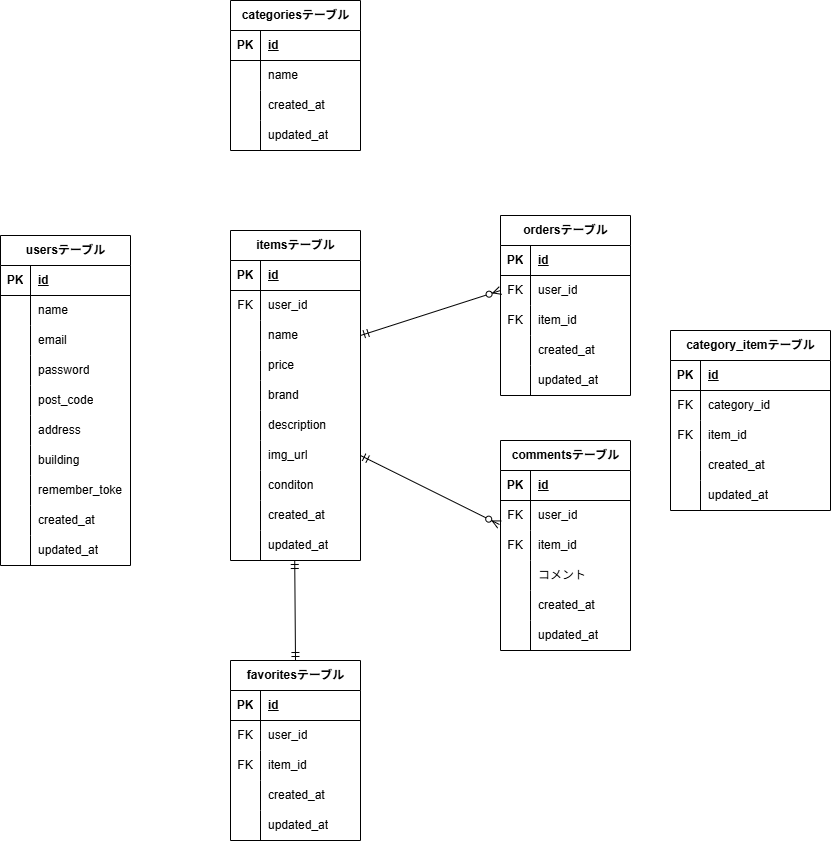
Earlier version of the draw.io export er.drawio.png (yutaka58/coachtech_flea-market). Source tidied: cells renumbered, new cells last; positions are measured from the earlier drawing's top-left corner, leaving out a move shared by most shapes.
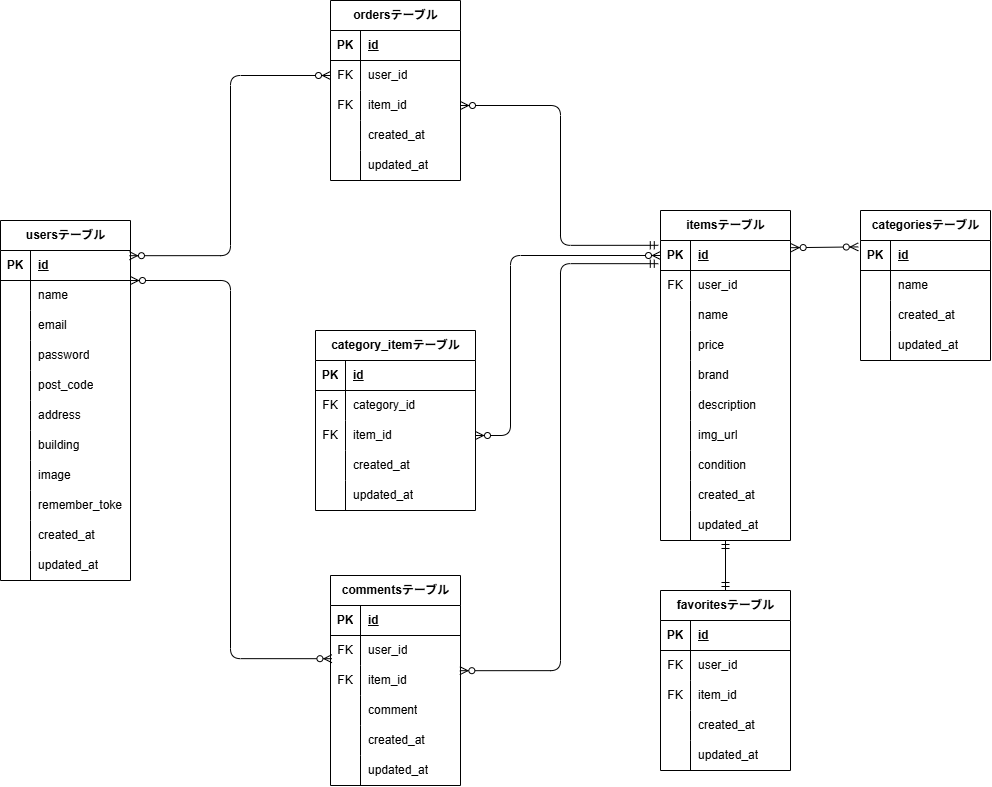
The same diagram one commit later.

The edit, as a diff of the source:
```diff
@@ -3,7 +3,7 @@
     <mxCell id="0" />
     <mxCell id="1" parent="0" />
     <mxCell id="2" value="itemsテーブル" style="shape=table;startSize=30;rowLines=0;fontStyle=1;align=center;html=1;" parent="1" vertex="1">
-      <mxGeometry x="230" y="230" width="130" height="330" as="geometry" />
+      <mxGeometry x="530" y="230" width="130" height="330" as="geometry" />
     </mxCell>
     <mxCell id="3" style="shape=tableRow;horizontal=0;startSize=0;swimlaneHead=0;swimlaneBody=0;fillColor=none;points=[[0,0.5],[1,0.5]];portConstraint=eastwest;top=0;left=0;right=0;bottom=1;" parent="2" vertex="1">
       <mxGeometry y="30" width="130" height="30" as="geometry" />
@@ -74,7 +74,7 @@
     <mxCell id="25" style="shape=partialRectangle;fillColor=none;top=0;left=0;bottom=0;right=0;overflow=hidden;whiteSpace=wrap;html=1;" parent="24" vertex="1">
       <mxGeometry width="30" height="30" as="geometry" />
     </mxCell>
-    <mxCell id="26" value="conditon" style="shape=partialRectangle;fillColor=none;top=0;left=0;bottom=0;right=0;align=left;spacingLeft=6;overflow=hidden;whiteSpace=wrap;html=1;" parent="24" vertex="1">
+    <mxCell id="26" value="condition" style="shape=partialRectangle;fillColor=none;top=0;left=0;bottom=0;right=0;align=left;spacingLeft=6;overflow=hidden;whiteSpace=wrap;html=1;" parent="24" vertex="1">
       <mxGeometry x="30" width="100" height="30" as="geometry" />
     </mxCell>
     <mxCell id="27" style="shape=tableRow;horizontal=0;startSize=0;swimlaneHead=0;swimlaneBody=0;fillColor=none;top=0;left=0;right=0;bottom=0;" parent="2" vertex="1">
@@ -96,7 +96,7 @@
       <mxGeometry x="30" width="100" height="30" as="geometry" />
     </mxCell>
     <mxCell id="33" value="ordersテーブル" style="shape=table;startSize=30;rowLines=0;fontStyle=1;align=center;html=1;" parent="1" vertex="1">
-      <mxGeometry x="500" y="215" width="130" height="180" as="geometry" />
+      <mxGeometry x="200" y="20" width="130" height="180" as="geometry" />
     </mxCell>
     <mxCell id="34" style="shape=tableRow;horizontal=0;startSize=0;swimlaneHead=0;swimlaneBody=0;fillColor=none;top=0;left=0;right=0;bottom=1;" parent="33" vertex="1">
       <mxGeometry y="30" width="130" height="30" as="geometry" />
@@ -144,7 +144,7 @@
       <mxGeometry x="30" width="100" height="30" as="geometry" />
     </mxCell>
     <mxCell id="49" value="category_itemテーブル" style="shape=table;startSize=30;rowLines=0;fontStyle=1;align=center;html=1;" parent="1" vertex="1">
-      <mxGeometry x="670" y="330" width="160" height="180" as="geometry" />
+      <mxGeometry x="185" y="350" width="160" height="180" as="geometry" />
     </mxCell>
     <mxCell id="50" style="shape=tableRow;horizontal=0;startSize=0;swimlaneHead=0;swimlaneBody=0;fillColor=none;top=0;left=0;right=0;bottom=1;" parent="49" vertex="1">
       <mxGeometry y="30" width="160" height="30" as="geometry" />
@@ -192,7 +192,7 @@
       <mxGeometry x="30" width="130" height="30" as="geometry" />
     </mxCell>
     <mxCell id="65" value="favoritesテーブル" style="shape=table;startSize=30;rowLines=0;fontStyle=1;align=center;html=1;" parent="1" vertex="1">
-      <mxGeometry x="230" y="660" width="130" height="180" as="geometry" />
+      <mxGeometry x="530" y="610" width="130" height="180" as="geometry" />
     </mxCell>
     <mxCell id="66" style="shape=tableRow;horizontal=0;startSize=0;swimlaneHead=0;swimlaneBody=0;fillColor=none;top=0;left=0;right=0;bottom=1;" parent="65" vertex="1">
       <mxGeometry y="30" width="130" height="30" as="geometry" />
@@ -240,7 +240,7 @@
       <mxGeometry x="30" width="100" height="30" as="geometry" />
     </mxCell>
     <mxCell id="81" value="commentsテーブル" style="shape=table;startSize=30;rowLines=0;fontStyle=1;align=center;html=1;" parent="1" vertex="1">
-      <mxGeometry x="500" y="440" width="130" height="210" as="geometry" />
+      <mxGeometry x="200" y="595" width="130" height="210" as="geometry" />
     </mxCell>
     <mxCell id="82" style="shape=tableRow;horizontal=0;startSize=0;swimlaneHead=0;swimlaneBody=0;fillColor=none;top=0;left=0;right=0;bottom=1;" parent="81" vertex="1">
       <mxGeometry y="30" width="130" height="30" as="geometry" />
@@ -275,7 +275,7 @@
     <mxCell id="92" style="shape=partialRectangle;fillColor=none;top=0;left=0;bottom=0;right=0;overflow=hidden;whiteSpace=wrap;html=1;" parent="91" vertex="1">
       <mxGeometry width="30" height="30" as="geometry" />
     </mxCell>
-    <mxCell id="93" value="コメント" style="shape=partialRectangle;fillColor=none;top=0;left=0;bottom=0;right=0;align=left;spacingLeft=6;overflow=hidden;whiteSpace=wrap;html=1;" parent="91" vertex="1">
+    <mxCell id="93" value="comment" style="shape=partialRectangle;fillColor=none;top=0;left=0;bottom=0;right=0;align=left;spacingLeft=6;overflow=hidden;whiteSpace=wrap;html=1;" parent="91" vertex="1">
       <mxGeometry x="30" width="100" height="30" as="geometry" />
     </mxCell>
     <mxCell id="94" style="shape=tableRow;horizontal=0;startSize=0;swimlaneHead=0;swimlaneBody=0;fillColor=none;top=0;left=0;right=0;bottom=0;" parent="81" vertex="1">
@@ -297,7 +297,7 @@
       <mxGeometry x="30" width="100" height="30" as="geometry" />
     </mxCell>
     <mxCell id="100" value="categoriesテーブル" style="shape=table;startSize=30;rowLines=0;fontStyle=1;align=center;html=1;" parent="1" vertex="1">
-      <mxGeometry x="230" width="130" height="150" as="geometry" />
+      <mxGeometry x="730" y="230" width="130" height="150" as="geometry" />
     </mxCell>
     <mxCell id="101" style="shape=tableRow;horizontal=0;startSize=0;swimlaneHead=0;swimlaneBody=0;fillColor=none;points=[[0,0.5],[1,0.5]];portConstraint=eastwest;top=0;left=0;right=0;bottom=1;" parent="100" vertex="1">
       <mxGeometry y="30" width="130" height="30" as="geometry" />
@@ -335,17 +335,19 @@
     <mxCell id="112" value="updated_at" style="shape=partialRectangle;fillColor=none;top=0;left=0;bottom=0;right=0;align=left;spacingLeft=6;overflow=hidden;whiteSpace=wrap;html=1;" parent="110" vertex="1">
       <mxGeometry x="30" width="100" height="30" as="geometry" />
     </mxCell>
-    <mxCell id="113" style="fontSize=12;html=1;endArrow=ERmandOne;startArrow=ERmandOne;exitX=0.5;exitY=0;exitDx=0;exitDy=0;entryX=0.494;entryY=1;entryDx=0;entryDy=0;entryPerimeter=0;" parent="1" edge="1" source="65" target="30">
-      <mxGeometry relative="1" as="geometry" />
+    <mxCell id="113" style="fontSize=12;html=1;endArrow=ERmandOne;startArrow=ERmandOne;exitX=0.5;exitY=0;exitDx=0;exitDy=0;" parent="1" edge="1" source="65">
+      <mxGeometry relative="1" as="geometry">
+        <mxPoint x="595" y="560" as="targetPoint" />
+      </mxGeometry>
     </mxCell>
-    <mxCell id="114" style="fontSize=12;html=1;endArrow=ERzeroToMany;startArrow=ERmandOne;entryX=0;entryY=0.5;entryDx=0;entryDy=0;exitX=1;exitY=0.5;exitDx=0;exitDy=0;" parent="1" edge="1" source="9" target="37">
+    <mxCell id="114" style="fontSize=12;html=1;endArrow=ERzeroToMany;startArrow=ERmandOne;entryX=1;entryY=0.5;entryDx=0;entryDy=0;exitX=-0.017;exitY=0.16;exitDx=0;exitDy=0;exitPerimeter=0;edgeStyle=orthogonalEdgeStyle;" parent="1" edge="1" source="3" target="40">
       <mxGeometry relative="1" as="geometry" />
     </mxCell>
-    <mxCell id="115" style="fontSize=12;html=1;endArrow=ERzeroToMany;startArrow=ERmandOne;entryX=-0.008;entryY=0.8;entryDx=0;entryDy=0;exitX=1;exitY=0.5;exitDx=0;exitDy=0;entryPerimeter=0;" parent="1" edge="1" source="21" target="85">
+    <mxCell id="115" style="fontSize=12;html=1;endArrow=ERzeroToMany;startArrow=ERmandOne;entryX=0.995;entryY=0.173;entryDx=0;entryDy=0;exitX=-0.017;exitY=0.773;exitDx=0;exitDy=0;exitPerimeter=0;edgeStyle=orthogonalEdgeStyle;entryPerimeter=0;" parent="1" edge="1" source="3" target="88">
       <mxGeometry relative="1" as="geometry" />
     </mxCell>
     <mxCell id="116" value="usersテーブル" style="shape=table;startSize=30;rowLines=0;fontStyle=1;align=center;html=1;" parent="1" vertex="1">
-      <mxGeometry y="235" width="130" height="330" as="geometry" />
+      <mxGeometry x="-130" y="240" width="130" height="360" as="geometry" />
     </mxCell>
     <mxCell id="117" style="shape=tableRow;horizontal=0;startSize=0;swimlaneHead=0;swimlaneBody=0;fillColor=none;points=[[0,0.5],[1,0.5]];portConstraint=eastwest;top=0;left=0;right=0;bottom=1;" parent="116" vertex="1">
       <mxGeometry y="30" width="130" height="30" as="geometry" />
@@ -416,7 +418,7 @@
     <mxCell id="139" style="shape=partialRectangle;fillColor=none;top=0;left=0;bottom=0;right=0;overflow=hidden;whiteSpace=wrap;html=1;" parent="138" vertex="1">
       <mxGeometry width="30" height="30" as="geometry" />
     </mxCell>
-    <mxCell id="140" value="remember_toke" style="shape=partialRectangle;fillColor=none;top=0;left=0;bottom=0;right=0;align=left;spacingLeft=6;overflow=hidden;whiteSpace=wrap;html=1;" parent="138" vertex="1">
+    <mxCell id="140" value="image" style="shape=partialRectangle;fillColor=none;top=0;left=0;bottom=0;right=0;align=left;spacingLeft=6;overflow=hidden;whiteSpace=wrap;html=1;" parent="138" vertex="1">
       <mxGeometry x="30" width="100" height="30" as="geometry" />
     </mxCell>
     <mxCell id="141" style="shape=tableRow;horizontal=0;startSize=0;swimlaneHead=0;swimlaneBody=0;fillColor=none;top=0;left=0;right=0;bottom=0;" parent="116" vertex="1">
@@ -425,17 +427,49 @@
     <mxCell id="142" style="shape=partialRectangle;fillColor=none;top=0;left=0;bottom=0;right=0;overflow=hidden;whiteSpace=wrap;html=1;" parent="141" vertex="1">
       <mxGeometry width="30" height="30" as="geometry" />
     </mxCell>
-    <mxCell id="143" value="&lt;span style=&quot;color: rgb(0, 0, 0);&quot;&gt;created_at&lt;/span&gt;" style="shape=partialRectangle;fillColor=none;top=0;left=0;bottom=0;right=0;align=left;spacingLeft=6;overflow=hidden;whiteSpace=wrap;html=1;" parent="141" vertex="1">
+    <mxCell id="143" value="&lt;span style=&quot;color: rgb(0, 0, 0);&quot;&gt;remember_toke&lt;/span&gt;" style="shape=partialRectangle;fillColor=none;top=0;left=0;bottom=0;right=0;align=left;spacingLeft=6;overflow=hidden;whiteSpace=wrap;html=1;" parent="141" vertex="1">
       <mxGeometry x="30" width="100" height="30" as="geometry" />
     </mxCell>
     <mxCell id="144" style="shape=tableRow;horizontal=0;startSize=0;swimlaneHead=0;swimlaneBody=0;fillColor=none;top=0;left=0;right=0;bottom=0;" parent="116" vertex="1">
       <mxGeometry y="300" width="130" height="30" as="geometry" />
     </mxCell>
-    <mxCell id="145" style="shape=partialRectangle;fillColor=none;top=0;left=0;bottom=0;right=0;overflow=hidden;whiteSpace=wrap;html=1;" parent="144" vertex="1">
-      <mxGeometry width="30" height="30" as="geometry" />
-    </mxCell>
+    <mxCell id="147" style="shape=partialRectangle;fillColor=none;top=0;left=0;bottom=0;right=0;overflow=hidden;whiteSpace=wrap;html=1;" parent="144" vertex="1">
+      <mxGeometry width="30" height="30" as="geometry" />
+    </mxCell>
+    <mxCell id="148" value="&lt;span style=&quot;color: rgb(0, 0, 0);&quot;&gt;created_at&lt;/span&gt;" style="shape=partialRectangle;fillColor=none;top=0;left=0;bottom=0;right=0;align=left;spacingLeft=6;overflow=hidden;whiteSpace=wrap;html=1;" parent="144" vertex="1">
+      <mxGeometry x="30" width="100" height="30" as="geometry" />
+    </mxCell>
+    <mxCell id="149" style="shape=tableRow;horizontal=0;startSize=0;swimlaneHead=0;swimlaneBody=0;fillColor=none;top=0;left=0;right=0;bottom=0;" parent="116" vertex="1">
+      <mxGeometry y="330" width="130" height="30" as="geometry" />
+    </mxCell>
+    <mxCell id="150" style="shape=partialRectangle;fillColor=none;top=0;left=0;bottom=0;right=0;overflow=hidden;whiteSpace=wrap;html=1;" parent="149" vertex="1">
+      <mxGeometry width="30" height="30" as="geometry" />
+    </mxCell>
-    <mxCell id="146" value="&lt;span style=&quot;color: rgb(0, 0, 0);&quot;&gt;updated_at&lt;/span&gt;" style="shape=partialRectangle;fillColor=none;top=0;left=0;bottom=0;right=0;align=left;spacingLeft=6;overflow=hidden;whiteSpace=wrap;html=1;" parent="144" vertex="1">
+    <mxCell id="146" value="&lt;span style=&quot;color: rgb(0, 0, 0);&quot;&gt;updated_at&lt;/span&gt;" style="shape=partialRectangle;fillColor=none;top=0;left=0;bottom=0;right=0;align=left;spacingLeft=6;overflow=hidden;whiteSpace=wrap;html=1;" parent="149" vertex="1">
       <mxGeometry x="30" width="100" height="30" as="geometry" />
     </mxCell>
+    <mxCell id="151" style="edgeStyle=orthogonalEdgeStyle;fontSize=12;html=1;endArrow=ERzeroToMany;endFill=1;startArrow=ERzeroToMany;entryX=0;entryY=0.5;entryDx=0;entryDy=0;exitX=0.992;exitY=0.173;exitDx=0;exitDy=0;exitPerimeter=0;" parent="1" edge="1" source="117" target="37">
+      <mxGeometry relative="1" as="geometry" />
+    </mxCell>
+    <mxCell id="152" style="fontSize=12;html=1;endArrow=ERzeroToMany;endFill=1;startArrow=ERzeroToMany;entryX=-0.017;entryY=0.213;entryDx=0;entryDy=0;entryPerimeter=0;exitX=1.005;exitY=0.24;exitDx=0;exitDy=0;exitPerimeter=0;" parent="1" edge="1" source="3" target="101">
+      <mxGeometry relative="1" as="geometry" />
+    </mxCell>
+    <mxCell id="153" style="edgeStyle=orthogonalEdgeStyle;fontSize=12;html=1;endArrow=ERzeroToMany;endFill=1;startArrow=ERzeroToMany;entryX=0.011;entryY=0.773;entryDx=0;entryDy=0;entryPerimeter=0;exitX=1.023;exitY=0.92;exitDx=0;exitDy=0;exitPerimeter=0;" parent="1" edge="1" target="85">
+      <mxGeometry relative="1" as="geometry">
+        <mxPoint y="300" as="sourcePoint" />
+        <Array as="points">
+          <mxPoint x="100" y="300" />
+          <mxPoint x="100" y="678" />
+        </Array>
+      </mxGeometry>
+    </mxCell>
+    <mxCell id="154" style="edgeStyle=orthogonalEdgeStyle;fontSize=12;html=1;endArrow=ERzeroToMany;endFill=1;startArrow=ERzeroToMany;exitX=1;exitY=0.5;exitDx=0;exitDy=0;entryX=0;entryY=0.5;entryDx=0;entryDy=0;" parent="1" edge="1" source="56" target="3">
+      <mxGeometry relative="1" as="geometry">
+        <Array as="points">
+          <mxPoint x="380" y="455" />
+          <mxPoint x="380" y="275" />
+        </Array>
+      </mxGeometry>
+    </mxCell>
   </root>
 </mxGraphModel>
```
